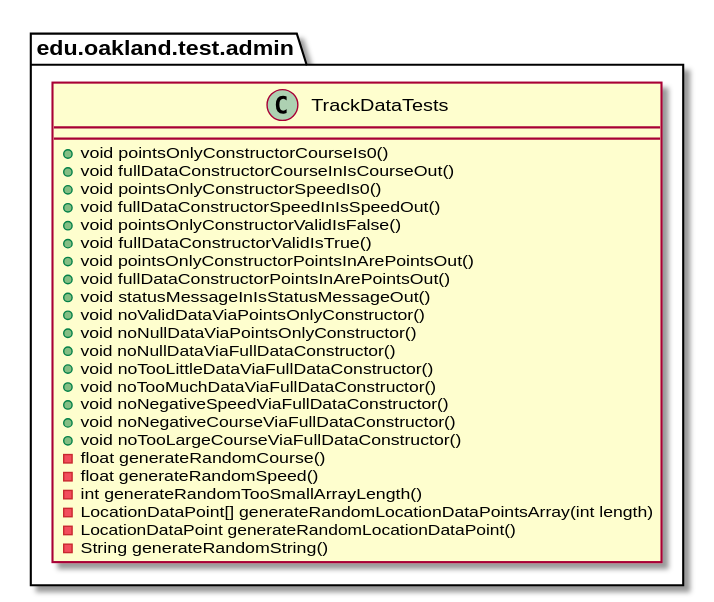
Earlier version of the PlantUML export docs/uml-class-diagrams/admin/test/TrackDataTests/TrackDataTests.svg (andrewdimmer/csi-3370-software-project). The source it was exported from:
```plantuml
@startuml TrackDataTests

package edu.oakland.test.admin {
    class TrackDataTests {
        + void pointsOnlyConstructorCourseIs0()
        + void fullDataConstructorCourseInIsCourseOut()
        + void pointsOnlyConstructorSpeedIs0()
        + void fullDataConstructorSpeedInIsSpeedOut()
        + void pointsOnlyConstructorValidIsFalse()
        + void fullDataConstructorValidIsTrue()
        + void pointsOnlyConstructorPointsInArePointsOut()
        + void fullDataConstructorPointsInArePointsOut()
        + void statusMessageInIsStatusMessageOut()
        + void noValidDataViaPointsOnlyConstructor()
        + void noNullDataViaPointsOnlyConstructor()
        + void noNullDataViaFullDataConstructor()
        + void noTooLittleDataViaFullDataConstructor()
        + void noTooMuchDataViaFullDataConstructor()
        + void noNegativeSpeedViaFullDataConstructor()
        + void noNegativeCourseViaFullDataConstructor()
        + void noTooLargeCourseViaFullDataConstructor()
        - float generateRandomCourse()
        - float generateRandomSpeed()
        - int generateRandomTooSmallArrayLength()
        - LocationDataPoint[] generateRandomLocationDataPointsArray(int length)
        - LocationDataPoint generateRandomLocationDataPoint()
        - String generateRandomString()
    }
}

@enduml
```
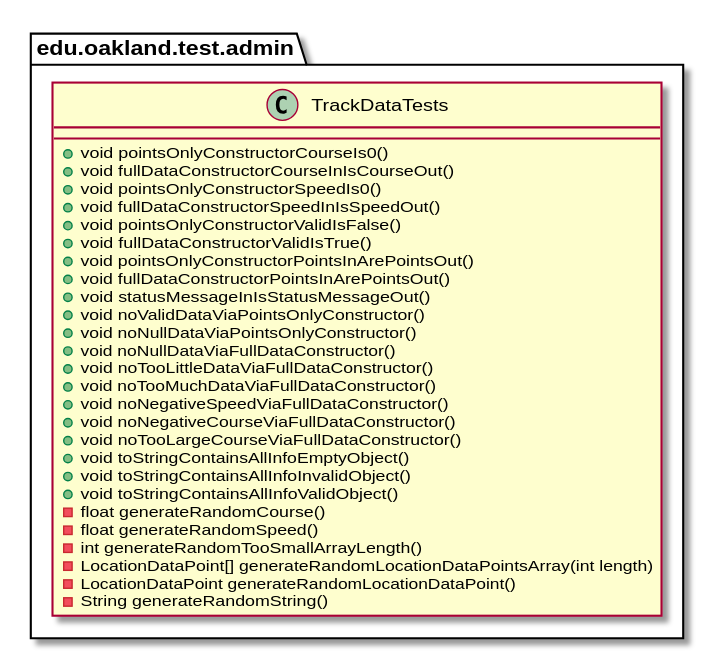
Above is the later version.

Change to the diagram source:
```diff
@@ -19,6 +19,9 @@
         + void noNegativeSpeedViaFullDataConstructor()
         + void noNegativeCourseViaFullDataConstructor()
         + void noTooLargeCourseViaFullDataConstructor()
+        + void toStringContainsAllInfoEmptyObject()
+        + void toStringContainsAllInfoInvalidObject()
+        + void toStringContainsAllInfoValidObject()
         - float generateRandomCourse()
         - float generateRandomSpeed()
         - int generateRandomTooSmallArrayLength()
```
